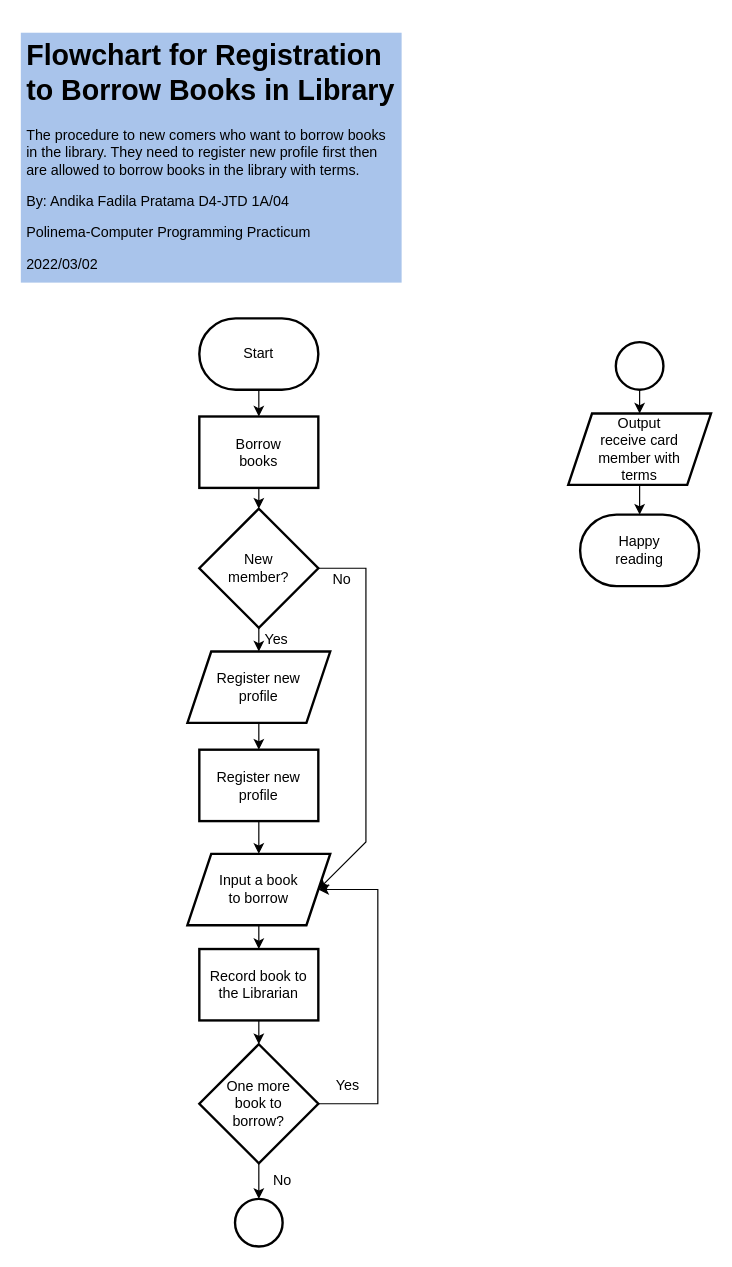
Before: Flowchart of Borrowing Books in Library.drawio in troders34/troders34, a draw.io diagram. Source tidied: cells renumbered, new cells numbered last; positions are measured from the earlier drawing's top-left corner, leaving out a move shared by most shapes. Both pictures are drawn from the tidied source at 119%, with x=0, y=0 at pixel (20, 32).
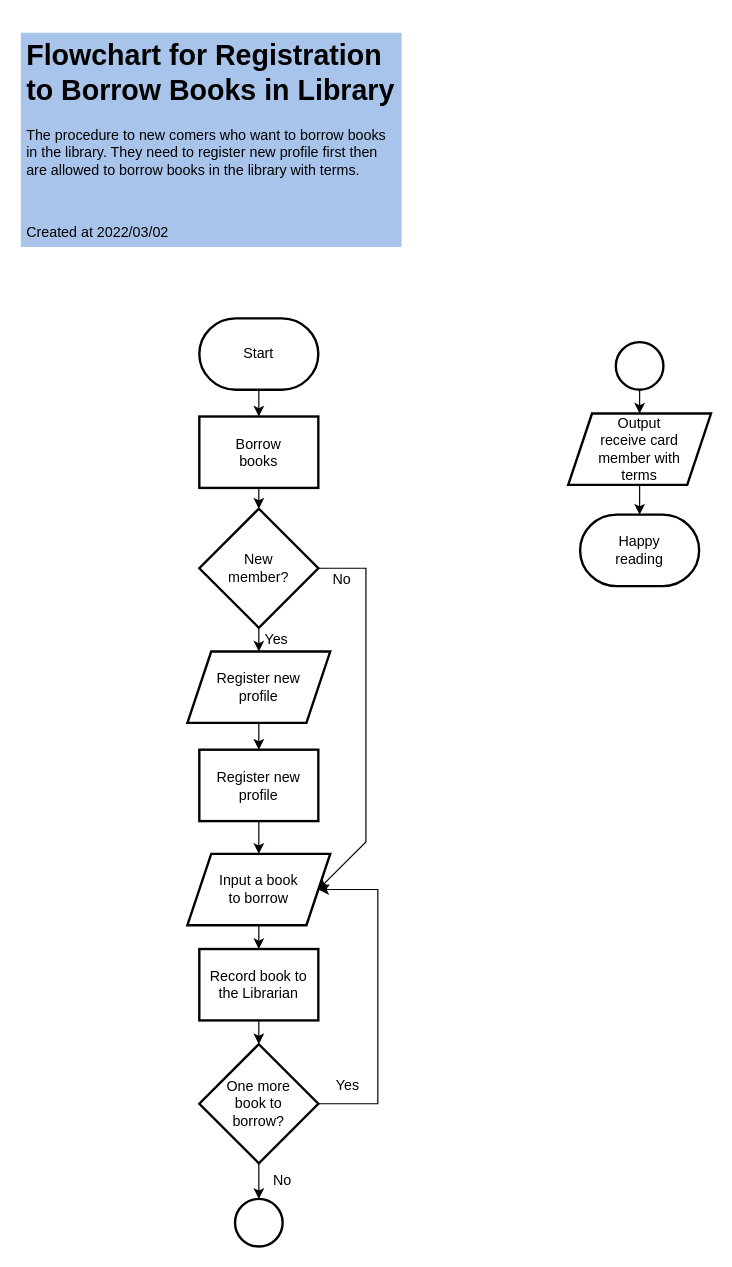
The same diagram, later.

Change to the diagram source:
```diff
@@
-    <mxCell id="7" value="&lt;h1&gt;Flowchart for Registration to Borrow Books in Library&lt;br&gt;&lt;/h1&gt;&lt;p&gt;The procedure to new comers who want to borrow books in the library. They need to register new profile first then are allowed to borrow books in the library with terms.&lt;/p&gt;&lt;p&gt;By: Andika Fadila Pratama D4-JTD 1A/04 &lt;br&gt;&lt;/p&gt;&lt;p&gt;Polinema-Computer Programming Practicum&lt;/p&gt;&lt;p&gt;2022/03/02&lt;br&gt;&lt;/p&gt;" style="text;html=1;strokeColor=none;fillColor=#A9C4EB;spacing=5;spacingTop=-20;whiteSpace=wrap;overflow=hidden;rounded=0;" parent="1" vertex="1">
-      <mxGeometry width="320" height="210" as="geometry" />
+    <mxCell id="7" value="&lt;h1&gt;Flowchart for Registration to Borrow Books in Library&lt;br&gt;&lt;/h1&gt;&lt;p&gt;The procedure to new comers who want to borrow books in the library. They need to register new profile first then are allowed to borrow books in the library with terms.&lt;/p&gt;&lt;br&gt;&lt;p&gt;Created at 2022/03/02&lt;br&gt;&lt;/p&gt;" style="text;html=1;strokeColor=none;fillColor=#A9C4EB;spacing=5;spacingTop=-20;whiteSpace=wrap;overflow=hidden;rounded=0;" parent="1" vertex="1">
+      <mxGeometry width="320" height="180" as="geometry" />
     </mxCell>
```
